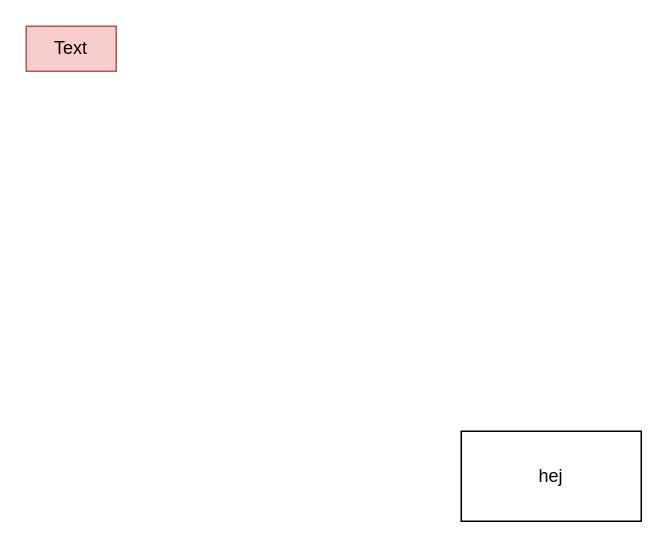
This is Diagrams/mindmap.drawio from johanbergfalk/DAT055_circles, a draw.io file, before an edit. Source tidied: cells renumbered, new cells numbered last; positions are measured from the earlier drawing's top-left corner, leaving out a move shared by most shapes. Both pictures are drawn from the tidied source at 150%, with x=0, y=0 at pixel (26, 26).
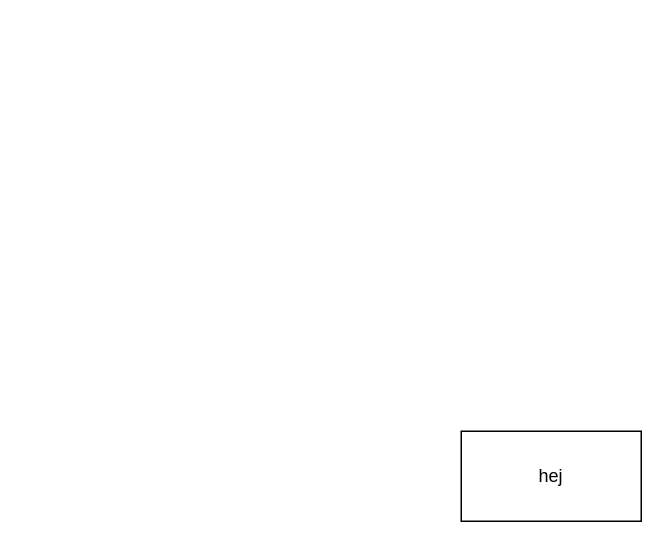
Above is the later version.

Diff of the diagram source:
```diff
@@
 <mxGraphModel>
   <root>
     <mxCell id="0" />
     <mxCell id="1" parent="0" />
-    <mxCell id="2" value="Text" style="text;html=1;strokeColor=#b85450;fillColor=#f8cecc;align=center;verticalAlign=middle;whiteSpace=wrap;rounded=0;" parent="1" vertex="1">
-      <mxGeometry width="60" height="30" as="geometry" />
-    </mxCell>
     <mxCell id="3" value="hej" style="rounded=0;whiteSpace=wrap;html=1;" parent="1" vertex="1">
       <mxGeometry x="290" y="270" width="120" height="60" as="geometry" />
     </mxCell>
   </root>
 </mxGraphModel>
```
